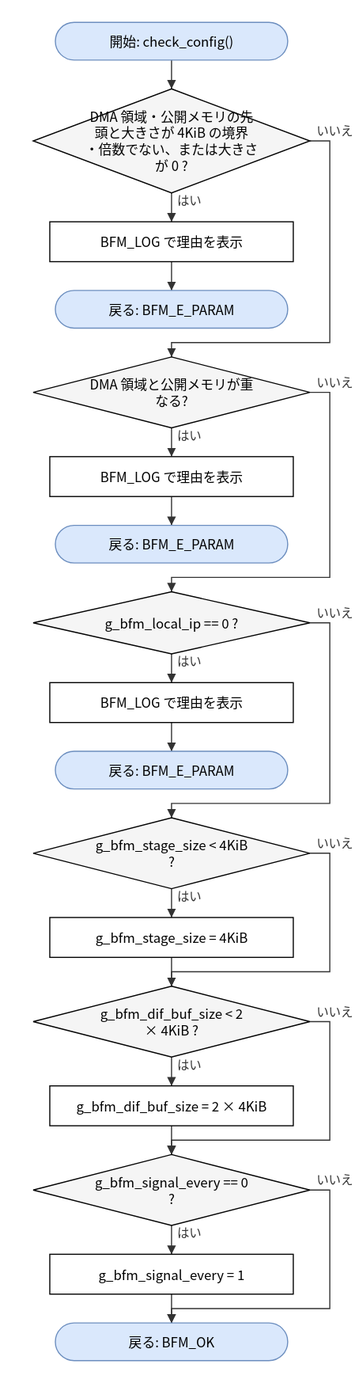
The draw.io diagram doc/spec/images/flow_src_bfm_core-check_config.drawio.svg in hf355051012-ai/bfmem, before a commit. Source tidied: cells renumbered, new cells last; positions are measured from the earlier drawing's top-left corner, leaving out a move shared by most shapes.
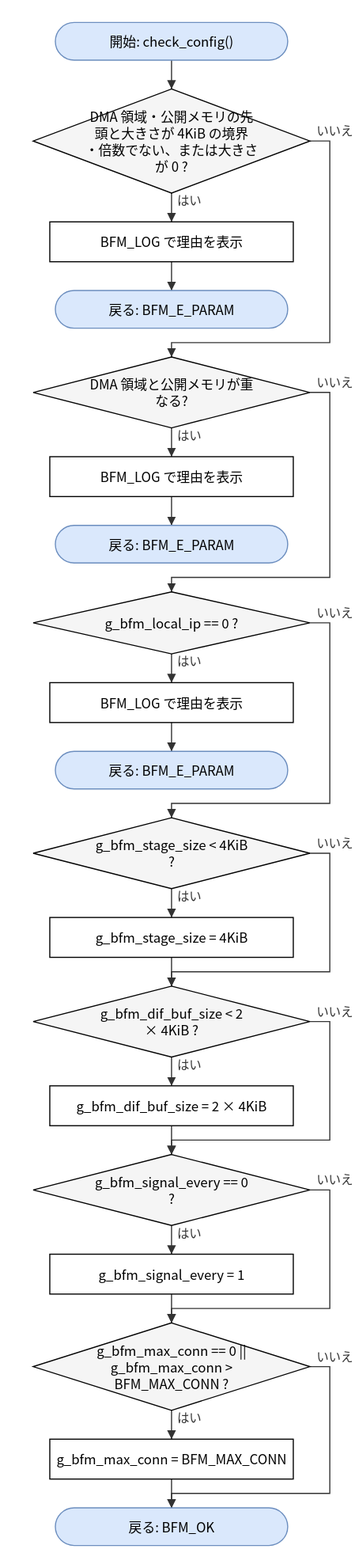
After the change.

What changed in the source:
```diff
@@ -50,9 +50,15 @@
     <mxCell id="17" value="g_bfm_signal_every = 1" style="rounded=0;whiteSpace=wrap;html=1;" parent="1" vertex="1">
       <mxGeometry x="15" y="1112" width="220" height="36" as="geometry" />
     </mxCell>
-    <mxCell id="18" value="戻る: BFM_OK" style="rounded=1;arcSize=50;whiteSpace=wrap;html=1;fillColor=#dae8fc;strokeColor=#6c8ebf;" parent="1" vertex="1">
-      <mxGeometry x="20" y="1174" width="210" height="34" as="geometry" />
+    <mxCell id="18" value="g_bfm_max_conn == 0 ||&lt;br&gt;g_bfm_max_conn &amp;gt;&lt;br&gt;BFM_MAX_CONN ?" style="rhombus;whiteSpace=wrap;html=1;fillColor=#f5f5f5;" parent="1" vertex="1">
+      <mxGeometry y="1174" width="250" height="79" as="geometry" />
     </mxCell>
+    <mxCell id="38" value="g_bfm_max_conn = BFM_MAX_CONN" style="rounded=0;whiteSpace=wrap;html=1;" parent="1" vertex="1">
+      <mxGeometry x="15" y="1279" width="220" height="36" as="geometry" />
+    </mxCell>
+    <mxCell id="39" value="戻る: BFM_OK" style="rounded=1;arcSize=50;whiteSpace=wrap;html=1;fillColor=#dae8fc;strokeColor=#6c8ebf;" parent="1" vertex="1">
+      <mxGeometry x="20" y="1341" width="210" height="34" as="geometry" />
+    </mxCell>
     <mxCell id="19" style="edgeStyle=none;html=1;rounded=0;endArrow=block;endFill=1;exitX=0.5000;exitY=1.0000;exitDx=0;exitDy=0;exitPerimeter=0;entryX=0.5000;entryY=0.0000;entryDx=0;entryDy=0;entryPerimeter=0;" parent="1" edge="1" source="2" target="3">
       <mxGeometry relative="1" as="geometry" />
     </mxCell>
@@ -146,5 +152,20 @@
         </Array>
       </mxGeometry>
     </mxCell>
+    <mxCell id="40" value="はい" style="edgeStyle=none;html=1;rounded=0;endArrow=block;endFill=1;exitX=0.5000;exitY=1.0000;exitDx=0;exitDy=0;exitPerimeter=0;entryX=0.5000;entryY=0.0000;entryDx=0;entryDy=0;entryPerimeter=0;" parent="1" edge="1" source="18" target="38">
+      <mxGeometry relative="1" as="geometry" />
+    </mxCell>
+    <mxCell id="41" style="edgeStyle=none;html=1;rounded=0;endArrow=block;endFill=1;exitX=0.5000;exitY=1.0000;exitDx=0;exitDy=0;exitPerimeter=0;entryX=0.5000;entryY=0.0000;entryDx=0;entryDy=0;entryPerimeter=0;" parent="1" edge="1" source="38" target="39">
+      <mxGeometry relative="1" as="geometry" />
+    </mxCell>
+    <mxCell id="42" value="いいえ" style="edgeStyle=none;html=1;rounded=0;endArrow=block;endFill=1;exitX=1.0000;exitY=0.5000;exitDx=0;exitDy=0;exitPerimeter=0;entryX=0.5000;entryY=0.0000;entryDx=0;entryDy=0;entryPerimeter=0;" parent="1" edge="1" source="18" target="39">
+      <mxGeometry relative="1" as="geometry">
+        <Array as="points">
+          <mxPoint x="268" y="1213.5" />
+          <mxPoint x="268" y="1328" />
+          <mxPoint x="125" y="1328" />
+        </Array>
+      </mxGeometry>
+    </mxCell>
   </root>
 </mxGraphModel>
```
